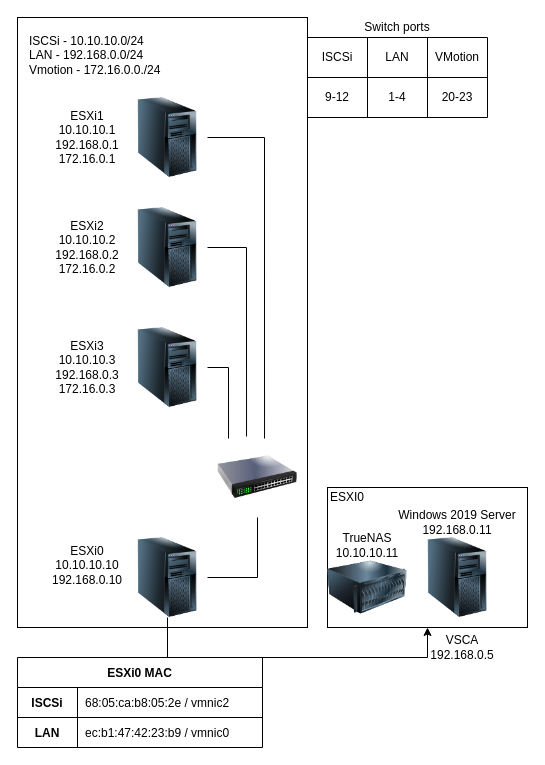
Above: Untitled Diagram.drawio in crysal/Shells-of-power (draw.io), before the change. Source tidied: cells renumbered, new cells numbered last; positions are measured from the earlier drawing's top-left corner, leaving out a move shared by most shapes. Both pictures are drawn from the tidied source at 100%, with x=0, y=0 at pixel (17, 17).
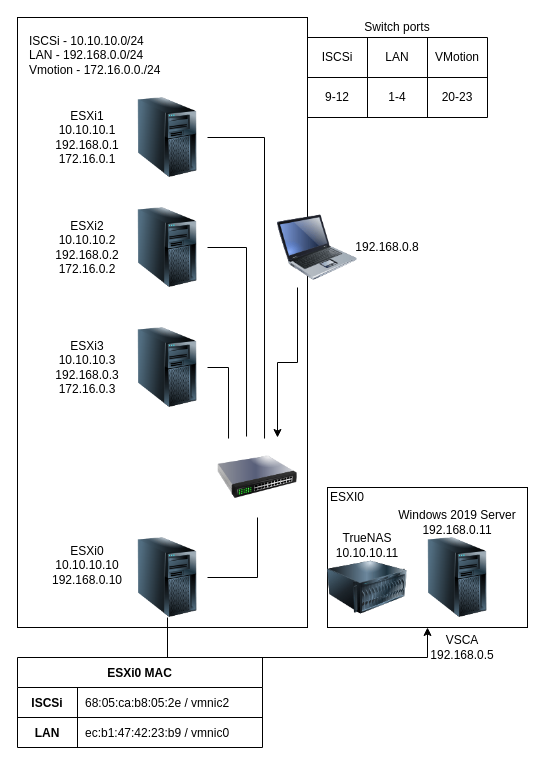
Above is the later version.

The change refers to these unchanged cells:
```xml
<mxCell id="12" style="image;html=1;image=img/lib/clip_art/networking/Switch_128x128.png;" parent="1" vertex="1">
  <mxGeometry x="200" y="420" width="80" height="80" as="geometry" />
</mxCell>
```

Diff of the diagram source:
```diff
@@
+    <mxCell id="42" style="edgeStyle=orthogonalEdgeStyle;rounded=0;jettySize=auto;html=1;exitX=0.25;exitY=1;exitDx=0;exitDy=0;entryX=0.75;entryY=0;entryDx=0;entryDy=0;" parent="1" edge="1" source="43" target="12">
+      <mxGeometry relative="1" as="geometry" />
+    </mxCell>
+    <mxCell id="43" style="image;html=1;image=img/lib/clip_art/computers/Laptop_128x128.png;" parent="1" vertex="1">
+      <mxGeometry x="260" y="190" width="80" height="80" as="geometry" />
+    </mxCell>
+    <mxCell id="44" value="192.168.0.8" style="text;html=1;strokeColor=none;fillColor=none;align=center;verticalAlign=middle;whiteSpace=wrap;rounded=0;" parent="1" vertex="1">
+      <mxGeometry x="350" y="220" width="40" height="20" as="geometry" />
+    </mxCell>
```
